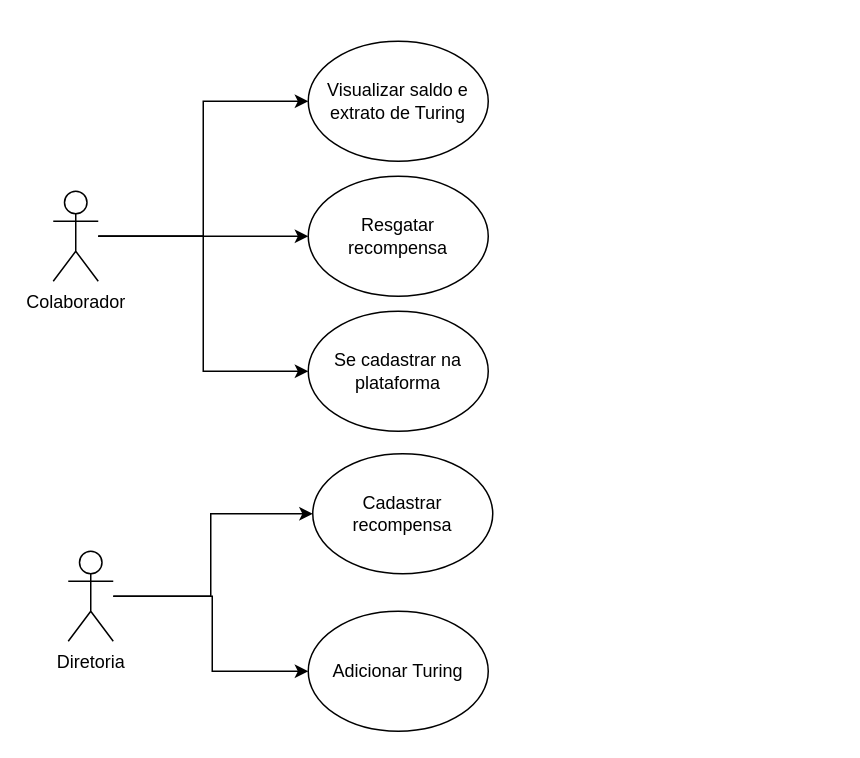
The draw.io diagram diagrama_caso_de_uso.drawio in Capitaozila/Higia-Turing, before the edit. Source tidied: cells renumbered, new cells numbered last; positions are measured from the earlier drawing's top-left corner, leaving out a move shared by most shapes. Both pictures are drawn from the tidied source at 150%, with x=0, y=0 at pixel (52, 40).
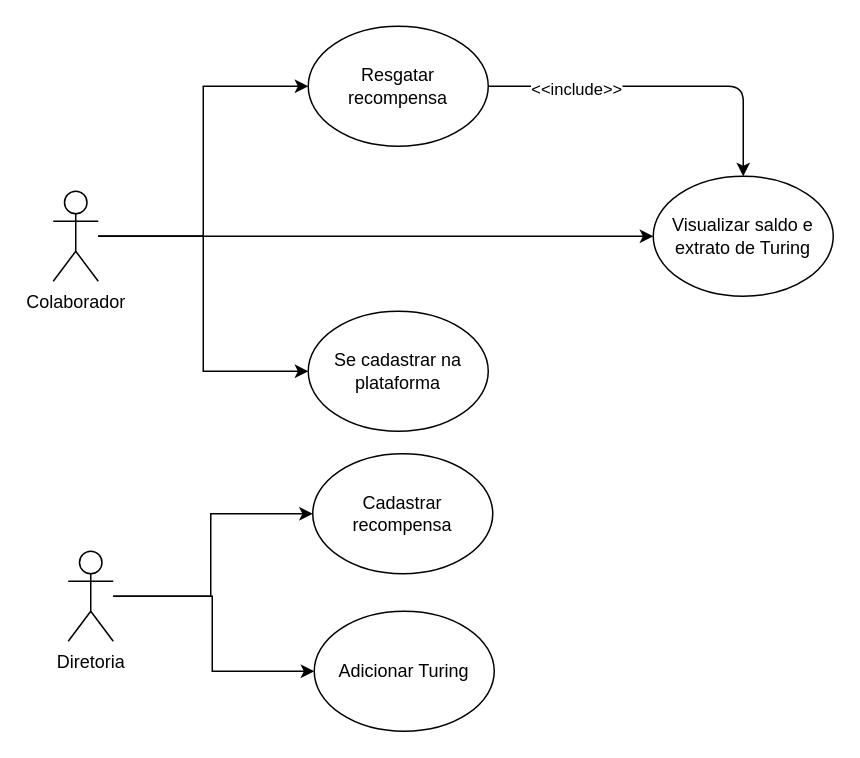
The same page after the edit.

Commit message (it also covers changes not shown here):
melhorando o diagrama e requisitos

Diff of the diagram source:
```diff
@@
     <mxCell id="6" value="Visualizar saldo e extrato de Turing" style="ellipse;whiteSpace=wrap;html=1;" parent="1" vertex="1">
-      <mxGeometry x="170" width="120" height="80" as="geometry" />
+      <mxGeometry x="400" y="90" width="120" height="80" as="geometry" />
     </mxCell>
@@
+    <mxCell id="14" style="edgeStyle=none;html=1;entryX=0.5;entryY=0;entryDx=0;entryDy=0;" parent="1" edge="1" source="10" target="6">
+      <mxGeometry relative="1" as="geometry">
+        <Array as="points">
+          <mxPoint x="460" y="30" />
+        </Array>
+      </mxGeometry>
+    </mxCell>
+    <mxCell id="15" value="&amp;lt;&amp;lt;include&amp;gt;&amp;gt;" style="edgeLabel;html=1;align=center;verticalAlign=middle;" parent="14" vertex="1">
+      <mxGeometry x="-0.5" y="-1" relative="1" as="geometry" />
+    </mxCell>
     <mxCell id="10" value="Resgatar recompensa" style="ellipse;whiteSpace=wrap;html=1;" parent="1" vertex="1">
-      <mxGeometry x="170" y="90" width="120" height="80" as="geometry" />
+      <mxGeometry x="170" y="-10" width="120" height="80" as="geometry" />
     </mxCell>
@@
     <mxCell id="13" value="Adicionar Turing" style="ellipse;whiteSpace=wrap;html=1;" parent="1" vertex="1">
-      <mxGeometry x="170" y="380" width="120" height="80" as="geometry" />
+      <mxGeometry x="174" y="380" width="120" height="80" as="geometry" />
     </mxCell>
```
